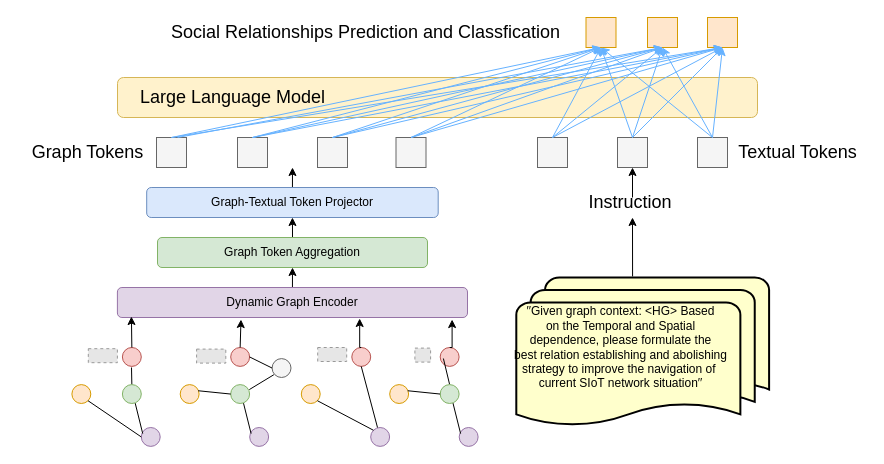
Earlier version of the draw.io diagram subframework.drawio (hzb29/hzb29). Source tidied: cells renumbered, new cells numbered last; positions are measured from the earlier drawing's top-left corner, leaving out a move shared by most shapes. Both pictures are drawn from the tidied source at 100%, with x=0, y=0 at pixel (17, 17). Pictures stored in the file or linked from it are replaced by grey dashed boxes.
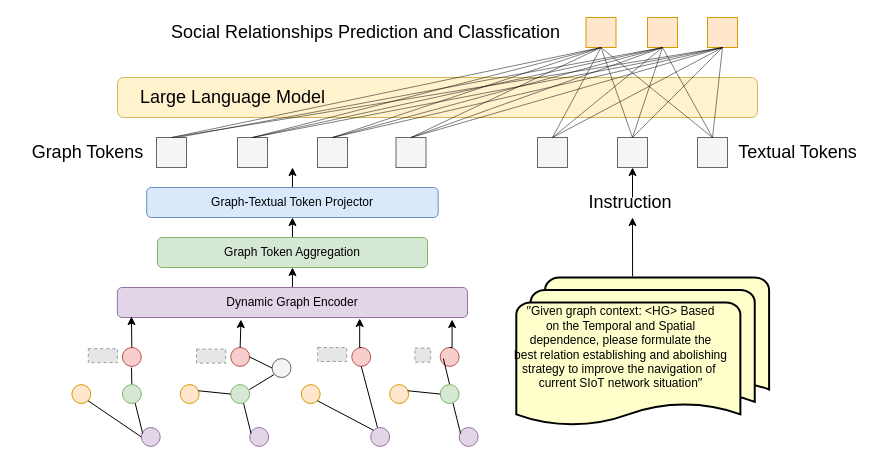
After the change.

Unchanged cells that the change refers to:
```xml
<mxCell id="5" style="whiteSpace=wrap;html=1;fillColor=#f5f5f5;fontColor=#333333;strokeColor=#666666;" parent="1" vertex="1">
  <mxGeometry x="139" y="120" width="30" height="30" as="geometry" />
</mxCell>
<mxCell id="6" style="whiteSpace=wrap;html=1;fillColor=#f5f5f5;fontColor=#333333;strokeColor=#666666;" parent="1" vertex="1">
  <mxGeometry x="220" y="120" width="30" height="30" as="geometry" />
</mxCell>
<mxCell id="7" style="whiteSpace=wrap;html=1;fillColor=#f5f5f5;fontColor=#333333;strokeColor=#666666;" parent="1" vertex="1">
  <mxGeometry x="300" y="120" width="30" height="30" as="geometry" />
</mxCell>
<mxCell id="8" style="whiteSpace=wrap;html=1;fillColor=#f5f5f5;fontColor=#333333;strokeColor=#666666;" parent="1" vertex="1">
  <mxGeometry x="378.5" y="120" width="30" height="30" as="geometry" />
</mxCell>
<mxCell id="10" style="whiteSpace=wrap;html=1;fillColor=#f5f5f5;fontColor=#333333;strokeColor=#666666;" parent="1" vertex="1">
  <mxGeometry x="520" y="120" width="30" height="30" as="geometry" />
</mxCell>
<mxCell id="11" style="whiteSpace=wrap;html=1;fillColor=#f5f5f5;fontColor=#333333;strokeColor=#666666;" parent="1" vertex="1">
  <mxGeometry x="600" y="120" width="30" height="30" as="geometry" />
</mxCell>
<mxCell id="12" style="whiteSpace=wrap;html=1;fillColor=#f5f5f5;fontColor=#333333;strokeColor=#666666;" parent="1" vertex="1">
  <mxGeometry x="680" y="120" width="30" height="30" as="geometry" />
</mxCell>
<mxCell id="16" style="whiteSpace=wrap;html=1;fillColor=#ffe6cc;strokeColor=#d79b00;" parent="1" vertex="1">
  <mxGeometry x="568.5" width="30" height="30" as="geometry" />
</mxCell>
<mxCell id="17" style="whiteSpace=wrap;html=1;fillColor=#ffe6cc;strokeColor=#d79b00;" parent="1" vertex="1">
  <mxGeometry x="630" width="30" height="30" as="geometry" />
</mxCell>
<mxCell id="18" style="whiteSpace=wrap;html=1;fillColor=#ffe6cc;strokeColor=#d79b00;" parent="1" vertex="1">
  <mxGeometry x="690" width="30" height="30" as="geometry" />
</mxCell>
```

What changed in the source:
```diff
@@
-    <mxCell id="19" style="endArrow=classic;html=1;rounded=0;exitX=0.5;exitY=0;exitDx=0;exitDy=0;entryX=0.5;entryY=1;entryDx=0;entryDy=0;strokeColor=#66B2FF;" parent="1" edge="1" source="5" target="16">
+    <mxCell id="19" style="endArrow=none;html=1;rounded=0;exitX=0.5;exitY=0;exitDx=0;exitDy=0;entryX=0.5;entryY=1;entryDx=0;entryDy=0;strokeColor=#000000;strokeWidth=0.5;startArrow=none;startFill=0;endFill=0;" parent="1" edge="1" source="5" target="16">
       <mxGeometry relative="1" as="geometry" />
     </mxCell>
-    <mxCell id="20" style="endArrow=classic;html=1;rounded=0;entryX=0.5;entryY=1;entryDx=0;entryDy=0;strokeColor=#66B2FF;" parent="1" edge="1" target="17">
+    <mxCell id="20" style="endArrow=none;html=1;rounded=0;entryX=0.5;entryY=1;entryDx=0;entryDy=0;strokeColor=#000000;strokeWidth=0.5;startArrow=none;startFill=0;endFill=0;" parent="1" edge="1" target="17">
       <mxGeometry relative="1" as="geometry">
         <mxPoint x="160" y="120" as="sourcePoint" />
       </mxGeometry>
     </mxCell>
-    <mxCell id="21" style="endArrow=classic;html=1;rounded=0;exitX=0.5;exitY=0;exitDx=0;exitDy=0;entryX=0.5;entryY=1;entryDx=0;entryDy=0;strokeColor=#66B2FF;" parent="1" edge="1" source="5" target="18">
+    <mxCell id="21" style="endArrow=none;html=1;rounded=0;exitX=0.5;exitY=0;exitDx=0;exitDy=0;entryX=0.5;entryY=1;entryDx=0;entryDy=0;strokeColor=#000000;strokeWidth=0.5;startArrow=none;startFill=0;endFill=0;" parent="1" edge="1" source="5" target="18">
       <mxGeometry relative="1" as="geometry" />
     </mxCell>
-    <mxCell id="22" style="endArrow=classic;html=1;rounded=0;exitX=0.5;exitY=0;exitDx=0;exitDy=0;entryX=0.5;entryY=1;entryDx=0;entryDy=0;strokeColor=#66B2FF;" parent="1" edge="1" source="6" target="16">
+    <mxCell id="22" style="endArrow=none;html=1;rounded=0;exitX=0.5;exitY=0;exitDx=0;exitDy=0;entryX=0.5;entryY=1;entryDx=0;entryDy=0;strokeColor=#000000;strokeWidth=0.5;startArrow=none;startFill=0;endFill=0;" parent="1" edge="1" source="6" target="16">
       <mxGeometry relative="1" as="geometry" />
     </mxCell>
-    <mxCell id="23" style="endArrow=classic;html=1;rounded=0;exitX=0.5;exitY=0;exitDx=0;exitDy=0;entryX=0.5;entryY=1;entryDx=0;entryDy=0;strokeColor=#66B2FF;" parent="1" edge="1" source="6" target="17">
+    <mxCell id="23" style="endArrow=none;html=1;rounded=0;exitX=0.5;exitY=0;exitDx=0;exitDy=0;entryX=0.5;entryY=1;entryDx=0;entryDy=0;strokeColor=#000000;strokeWidth=0.5;startArrow=none;startFill=0;endFill=0;" parent="1" edge="1" source="6" target="17">
       <mxGeometry relative="1" as="geometry" />
     </mxCell>
-    <mxCell id="24" style="endArrow=classic;html=1;rounded=0;exitX=0.5;exitY=0;exitDx=0;exitDy=0;entryX=0.5;entryY=1;entryDx=0;entryDy=0;strokeColor=#66B2FF;" parent="1" edge="1" source="6" target="18">
+    <mxCell id="24" style="endArrow=none;html=1;rounded=0;exitX=0.5;exitY=0;exitDx=0;exitDy=0;entryX=0.5;entryY=1;entryDx=0;entryDy=0;strokeColor=#000000;strokeWidth=0.5;startArrow=none;startFill=0;endFill=0;" parent="1" edge="1" source="6" target="18">
       <mxGeometry relative="1" as="geometry" />
     </mxCell>
-    <mxCell id="25" style="endArrow=classic;html=1;rounded=0;exitX=0.5;exitY=0;exitDx=0;exitDy=0;entryX=0.5;entryY=1;entryDx=0;entryDy=0;strokeColor=#66B2FF;" parent="1" edge="1" source="7" target="16">
+    <mxCell id="25" style="endArrow=none;html=1;rounded=0;exitX=0.5;exitY=0;exitDx=0;exitDy=0;entryX=0.5;entryY=1;entryDx=0;entryDy=0;strokeColor=#000000;strokeWidth=0.5;startArrow=none;startFill=0;endFill=0;" parent="1" edge="1" source="7" target="16">
       <mxGeometry relative="1" as="geometry" />
     </mxCell>
-    <mxCell id="26" style="endArrow=classic;html=1;rounded=0;exitX=0.5;exitY=0;exitDx=0;exitDy=0;entryX=0.5;entryY=1;entryDx=0;entryDy=0;strokeColor=#66B2FF;" parent="1" edge="1" source="7" target="17">
+    <mxCell id="26" style="endArrow=none;html=1;rounded=0;exitX=0.5;exitY=0;exitDx=0;exitDy=0;entryX=0.5;entryY=1;entryDx=0;entryDy=0;strokeColor=#000000;strokeWidth=0.5;startArrow=none;startFill=0;endFill=0;" parent="1" edge="1" source="7" target="17">
       <mxGeometry relative="1" as="geometry" />
     </mxCell>
-    <mxCell id="27" style="endArrow=classic;html=1;rounded=0;exitX=0.5;exitY=0;exitDx=0;exitDy=0;entryX=0.5;entryY=1;entryDx=0;entryDy=0;strokeColor=#66B2FF;" parent="1" edge="1" source="7" target="18">
+    <mxCell id="27" style="endArrow=none;html=1;rounded=0;exitX=0.5;exitY=0;exitDx=0;exitDy=0;entryX=0.5;entryY=1;entryDx=0;entryDy=0;strokeColor=#000000;strokeWidth=0.5;startArrow=none;startFill=0;endFill=0;" parent="1" edge="1" source="7" target="18">
       <mxGeometry relative="1" as="geometry" />
     </mxCell>
-    <mxCell id="28" style="endArrow=classic;html=1;rounded=0;exitX=0.5;exitY=0;exitDx=0;exitDy=0;entryX=0.5;entryY=1;entryDx=0;entryDy=0;strokeColor=#66B2FF;" parent="1" edge="1" source="8" target="16">
+    <mxCell id="28" style="endArrow=none;html=1;rounded=0;exitX=0.5;exitY=0;exitDx=0;exitDy=0;entryX=0.5;entryY=1;entryDx=0;entryDy=0;strokeColor=#000000;strokeWidth=0.5;startArrow=none;startFill=0;endFill=0;" parent="1" edge="1" source="8" target="16">
       <mxGeometry relative="1" as="geometry" />
     </mxCell>
-    <mxCell id="29" style="endArrow=classic;html=1;rounded=0;exitX=0.5;exitY=0;exitDx=0;exitDy=0;entryX=0.5;entryY=1;entryDx=0;entryDy=0;strokeColor=#66B2FF;" parent="1" edge="1" source="8" target="17">
+    <mxCell id="29" style="endArrow=none;html=1;rounded=0;exitX=0.5;exitY=0;exitDx=0;exitDy=0;entryX=0.5;entryY=1;entryDx=0;entryDy=0;strokeColor=#000000;strokeWidth=0.5;startArrow=none;startFill=0;endFill=0;" parent="1" edge="1" source="8" target="17">
       <mxGeometry relative="1" as="geometry" />
     </mxCell>
-    <mxCell id="30" style="endArrow=classic;html=1;rounded=0;exitX=0.5;exitY=0;exitDx=0;exitDy=0;entryX=0.5;entryY=1;entryDx=0;entryDy=0;strokeColor=#66B2FF;" parent="1" edge="1" source="8" target="18">
+    <mxCell id="30" style="endArrow=none;html=1;rounded=0;exitX=0.5;exitY=0;exitDx=0;exitDy=0;entryX=0.5;entryY=1;entryDx=0;entryDy=0;strokeColor=#000000;strokeWidth=0.5;startArrow=none;startFill=0;endFill=0;" parent="1" edge="1" source="8" target="18">
       <mxGeometry relative="1" as="geometry" />
     </mxCell>
-    <mxCell id="31" style="endArrow=classic;html=1;rounded=0;exitX=0.5;exitY=0;exitDx=0;exitDy=0;entryX=0.5;entryY=1;entryDx=0;entryDy=0;strokeColor=#66B2FF;" parent="1" edge="1" source="10" target="16">
+    <mxCell id="31" style="endArrow=none;html=1;rounded=0;exitX=0.5;exitY=0;exitDx=0;exitDy=0;entryX=0.5;entryY=1;entryDx=0;entryDy=0;strokeColor=#000000;strokeWidth=0.5;startArrow=none;startFill=0;endFill=0;" parent="1" edge="1" source="10" target="16">
       <mxGeometry relative="1" as="geometry" />
     </mxCell>
-    <mxCell id="32" style="endArrow=classic;html=1;rounded=0;entryX=0.5;entryY=1;entryDx=0;entryDy=0;strokeColor=#66B2FF;exitX=0.5;exitY=0;exitDx=0;exitDy=0;" parent="1" edge="1" source="10" target="17">
+    <mxCell id="32" style="endArrow=none;html=1;rounded=0;entryX=0.5;entryY=1;entryDx=0;entryDy=0;strokeColor=#000000;exitX=0.5;exitY=0;exitDx=0;exitDy=0;strokeWidth=0.5;startArrow=none;startFill=0;endFill=0;" parent="1" edge="1" source="10" target="17">
       <mxGeometry relative="1" as="geometry" />
     </mxCell>
-    <mxCell id="33" style="endArrow=classic;html=1;rounded=0;exitX=0.5;exitY=0;exitDx=0;exitDy=0;entryX=0.5;entryY=1;entryDx=0;entryDy=0;strokeColor=#66B2FF;" parent="1" edge="1" source="10" target="18">
+    <mxCell id="33" style="endArrow=none;html=1;rounded=0;exitX=0.5;exitY=0;exitDx=0;exitDy=0;entryX=0.5;entryY=1;entryDx=0;entryDy=0;strokeColor=#000000;strokeWidth=0.5;startArrow=none;startFill=0;endFill=0;" parent="1" edge="1" source="10" target="18">
       <mxGeometry relative="1" as="geometry" />
     </mxCell>
-    <mxCell id="34" style="endArrow=classic;html=1;rounded=0;exitX=0.5;exitY=0;exitDx=0;exitDy=0;entryX=0.5;entryY=1;entryDx=0;entryDy=0;strokeColor=#66B2FF;" parent="1" edge="1" source="11" target="16">
+    <mxCell id="34" style="endArrow=none;html=1;rounded=0;exitX=0.5;exitY=0;exitDx=0;exitDy=0;entryX=0.5;entryY=1;entryDx=0;entryDy=0;strokeColor=#000000;strokeWidth=0.5;startArrow=none;startFill=0;endFill=0;" parent="1" edge="1" source="11" target="16">
       <mxGeometry relative="1" as="geometry" />
     </mxCell>
-    <mxCell id="35" style="endArrow=classic;html=1;rounded=0;exitX=0.5;exitY=0;exitDx=0;exitDy=0;entryX=0.5;entryY=1;entryDx=0;entryDy=0;strokeColor=#66B2FF;" parent="1" edge="1" source="11" target="17">
+    <mxCell id="35" style="endArrow=none;html=1;rounded=0;exitX=0.5;exitY=0;exitDx=0;exitDy=0;entryX=0.5;entryY=1;entryDx=0;entryDy=0;strokeColor=#000000;strokeWidth=0.5;startArrow=none;startFill=0;endFill=0;" parent="1" edge="1" source="11" target="17">
       <mxGeometry relative="1" as="geometry" />
     </mxCell>
-    <mxCell id="36" style="endArrow=classic;html=1;rounded=0;exitX=0.5;exitY=0;exitDx=0;exitDy=0;entryX=0.5;entryY=1;entryDx=0;entryDy=0;strokeColor=#66B2FF;" parent="1" edge="1" source="11" target="18">
+    <mxCell id="36" style="endArrow=none;html=1;rounded=0;exitX=0.5;exitY=0;exitDx=0;exitDy=0;entryX=0.5;entryY=1;entryDx=0;entryDy=0;strokeColor=#000000;strokeWidth=0.5;startArrow=none;startFill=0;endFill=0;" parent="1" edge="1" source="11" target="18">
       <mxGeometry relative="1" as="geometry" />
     </mxCell>
-    <mxCell id="37" style="endArrow=classic;html=1;rounded=0;exitX=0.5;exitY=0;exitDx=0;exitDy=0;entryX=0.5;entryY=1;entryDx=0;entryDy=0;strokeColor=#66B2FF;" parent="1" edge="1" source="12" target="16">
+    <mxCell id="37" style="endArrow=none;html=1;rounded=0;exitX=0.5;exitY=0;exitDx=0;exitDy=0;entryX=0.5;entryY=1;entryDx=0;entryDy=0;strokeColor=#000000;strokeWidth=0.5;startArrow=none;startFill=0;endFill=0;" parent="1" edge="1" source="12" target="16">
       <mxGeometry relative="1" as="geometry" />
     </mxCell>
-    <mxCell id="38" style="endArrow=classic;html=1;rounded=0;exitX=0.5;exitY=0;exitDx=0;exitDy=0;entryX=0.5;entryY=1;entryDx=0;entryDy=0;strokeColor=#66B2FF;" parent="1" edge="1" source="12" target="17">
+    <mxCell id="38" style="endArrow=none;html=1;rounded=0;exitX=0.5;exitY=0;exitDx=0;exitDy=0;entryX=0.5;entryY=1;entryDx=0;entryDy=0;strokeColor=#000000;strokeWidth=0.5;startArrow=none;startFill=0;endFill=0;" parent="1" edge="1" source="12" target="17">
       <mxGeometry relative="1" as="geometry" />
     </mxCell>
-    <mxCell id="39" style="endArrow=classic;html=1;rounded=0;exitX=0.5;exitY=0;exitDx=0;exitDy=0;entryX=0.5;entryY=1;entryDx=0;entryDy=0;strokeColor=#66B2FF;" parent="1" edge="1" source="12" target="18">
+    <mxCell id="39" style="endArrow=none;html=1;rounded=0;exitX=0.5;exitY=0;exitDx=0;exitDy=0;entryX=0.5;entryY=1;entryDx=0;entryDy=0;strokeColor=#000000;strokeWidth=0.5;startArrow=none;startFill=0;endFill=0;" parent="1" edge="1" source="12" target="18">
       <mxGeometry relative="1" as="geometry" />
     </mxCell>
```
